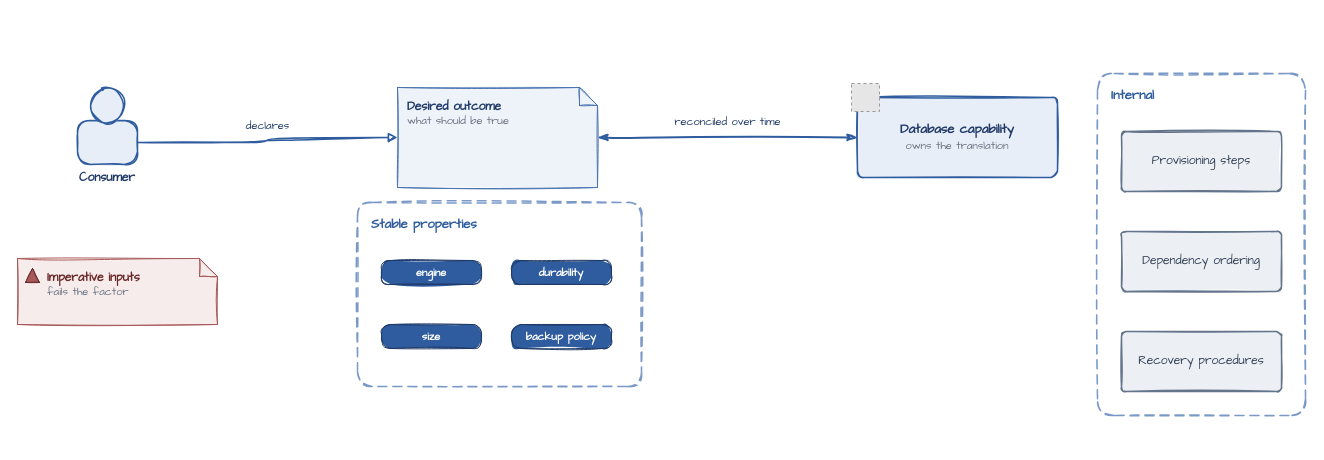
The draw.io diagram diagrams/factor-2-declarative-inputs.drawio in missBerg/platform-capabilities, before the edit. Source tidied: cells renumbered, new cells numbered last; positions are measured from the earlier drawing's top-left corner, leaving out a move shared by most shapes. Both pictures are drawn from the tidied source at 100%, with x=0, y=0 at pixel (17, 73). Pictures stored in the file or linked from it are replaced by grey dashed boxes.
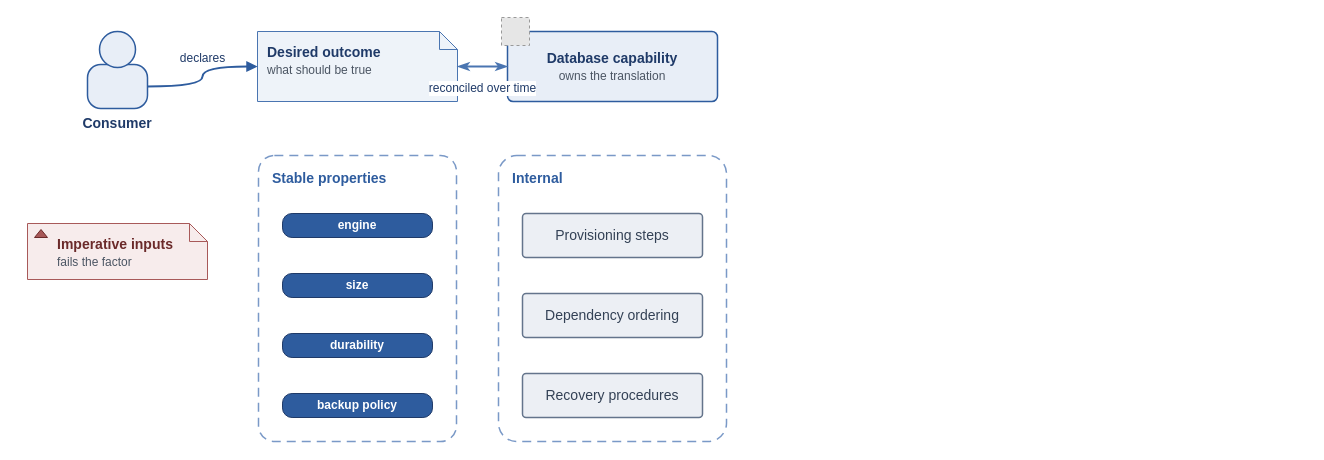
After the change.

Diff of the diagram source:
```diff
@@
-    <mxCell id="2" value="&lt;b&gt;Stable properties&lt;/b&gt;" style="rounded=1;whiteSpace=wrap;html=1;arcSize=8;fillColor=none;strokeColor=#7A99C7;strokeWidth=1.5;fontColor=#2E5C9E;fontFamily=Comic Sans MS;fontSize=13;align=left;verticalAlign=top;dashed=1;dashPattern=6 4;spacingLeft=12;spacingTop=8;shadow=0;sketch=1;" parent="1" vertex="1">
-      <mxGeometry x="340" y="129" width="284" height="184" as="geometry" />
+    <mxCell id="2" value="&lt;b&gt;Stable properties&lt;/b&gt;" style="rounded=1;whiteSpace=wrap;html=1;arcSize=8;fillColor=none;strokeColor=#7A99C7;strokeWidth=1.5;fontColor=#2E5C9E;fontFamily=Helvetica;fontSize=14;align=left;verticalAlign=top;dashed=1;dashPattern=6 4;spacingLeft=12;spacingTop=8;shadow=0;" parent="1" vertex="1">
+      <mxGeometry x="241" y="82" width="198" height="286" as="geometry" />
     </mxCell>
-    <mxCell id="3" value="&lt;b&gt;Internal&lt;/b&gt;" style="rounded=1;whiteSpace=wrap;html=1;arcSize=8;fillColor=none;strokeColor=#7A99C7;strokeWidth=1.5;fontColor=#2E5C9E;fontFamily=Comic Sans MS;fontSize=13;align=left;verticalAlign=top;dashed=1;dashPattern=6 4;spacingLeft=12;spacingTop=8;shadow=0;sketch=1;" parent="1" vertex="1">
-      <mxGeometry x="1080" width="208" height="342" as="geometry" />
+    <mxCell id="3" value="&lt;b&gt;Internal&lt;/b&gt;" style="rounded=1;whiteSpace=wrap;html=1;arcSize=8;fillColor=none;strokeColor=#7A99C7;strokeWidth=1.5;fontColor=#2E5C9E;fontFamily=Helvetica;fontSize=14;align=left;verticalAlign=top;dashed=1;dashPattern=6 4;spacingLeft=12;spacingTop=8;shadow=0;" parent="1" vertex="1">
+      <mxGeometry x="481" y="82" width="228" height="286" as="geometry" />
     </mxCell>
-    <mxCell id="4" value="&lt;b&gt;Consumer&lt;/b&gt;" style="rounded=1;whiteSpace=wrap;html=1;arcSize=30;fillColor=#E8EEF7;strokeColor=#2E5C9E;strokeWidth=1.5;fontColor=#1F3A68;fontFamily=Comic Sans MS;fontSize=12;verticalLabelPosition=bottom;verticalAlign=top;labelPosition=center;align=center;shadow=0;sketch=1;fillStyle=solid;" parent="1" vertex="1">
-      <mxGeometry x="60" y="47" width="60" height="44" as="geometry" />
+    <mxCell id="4" value="&lt;b&gt;Consumer&lt;/b&gt;" style="rounded=1;whiteSpace=wrap;html=1;arcSize=30;fillColor=#E8EEF7;strokeColor=#2E5C9E;strokeWidth=1.5;fontColor=#1F3A68;fontFamily=Helvetica;fontSize=14;verticalLabelPosition=bottom;verticalAlign=top;labelPosition=center;align=center;shadow=0;" parent="1" vertex="1">
+      <mxGeometry x="70" y="-9" width="60" height="44" as="geometry" />
     </mxCell>
-    <mxCell id="5" style="ellipse;whiteSpace=wrap;html=1;fillColor=#E8EEF7;strokeColor=#2E5C9E;strokeWidth=1.5;shadow=0;sketch=1;fillStyle=solid;" parent="1" vertex="1">
-      <mxGeometry x="72" y="14" width="36" height="36" as="geometry" />
+    <mxCell id="5" style="ellipse;whiteSpace=wrap;html=1;fillColor=#E8EEF7;strokeColor=#2E5C9E;strokeWidth=1.5;shadow=0;" parent="1" vertex="1">
+      <mxGeometry x="82" y="-42" width="36" height="36" as="geometry" />
     </mxCell>
-    <mxCell id="6" value="&lt;b&gt;Imperative inputs&lt;/b&gt;&lt;br&gt;&lt;font style=&quot;font-size: 11px&quot; color=&quot;#6B7280&quot;&gt;fails the factor&lt;/font&gt;" style="shape=note;whiteSpace=wrap;html=1;backgroundOutline=1;fillColor=#F7ECEC;strokeColor=#A85959;strokeWidth=1;fontColor=#6B2A2A;fontFamily=Comic Sans MS;fontSize=12;align=left;verticalAlign=top;spacingLeft=28;spacingTop=6;spacingRight=8;shadow=0;size=18;sketch=1;fillStyle=solid;" parent="1" vertex="1">
-      <mxGeometry y="185" width="200" height="66" as="geometry" />
+    <mxCell id="6" value="&lt;b&gt;Imperative inputs&lt;/b&gt;&lt;br&gt;&lt;font style=&quot;font-size: 12px&quot; color=&quot;#4B5563&quot;&gt;fails the factor&lt;/font&gt;" style="shape=note;whiteSpace=wrap;html=1;backgroundOutline=1;fillColor=#F7ECEC;strokeColor=#A85959;strokeWidth=1;fontColor=#6B2A2A;fontFamily=Helvetica;fontSize=14;align=left;verticalAlign=top;spacingLeft=28;spacingTop=6;spacingRight=8;shadow=0;size=18;" parent="1" vertex="1">
+      <mxGeometry x="10" y="150" width="180" height="56" as="geometry" />
     </mxCell>
-    <mxCell id="7" style="shape=triangle;direction=north;fillColor=#A85959;strokeColor=#6B2A2A;html=1;shadow=0;sketch=1;fillStyle=solid;" parent="1" vertex="1">
-      <mxGeometry x="8" y="195" width="14" height="14" as="geometry" />
+    <mxCell id="7" style="shape=triangle;direction=north;fillColor=#A85959;strokeColor=#6B2A2A;html=1;shadow=0;" parent="1" vertex="1">
+      <mxGeometry x="17" y="156" width="13" height="8" as="geometry" />
     </mxCell>
-    <mxCell id="8" value="&lt;b&gt;Desired outcome&lt;/b&gt;&lt;br&gt;&lt;font style=&quot;font-size: 11px&quot; color=&quot;#6B7280&quot;&gt;what should be true&lt;/font&gt;" style="shape=note;whiteSpace=wrap;html=1;backgroundOutline=1;fillColor=#EEF3F9;strokeColor=#4A75B1;strokeWidth=1;fontColor=#1F3A68;fontFamily=Comic Sans MS;fontSize=12;align=left;verticalAlign=top;spacingLeft=8;spacingTop=6;spacingRight=8;shadow=0;size=18;sketch=1;fillStyle=solid;" parent="1" vertex="1">
-      <mxGeometry x="380" y="14" width="200" height="100" as="geometry" />
+    <mxCell id="8" value="&lt;b&gt;Desired outcome&lt;/b&gt;&lt;br&gt;&lt;font style=&quot;font-size: 12px&quot; color=&quot;#4B5563&quot;&gt;what should be true&lt;/font&gt;" style="shape=note;whiteSpace=wrap;html=1;backgroundOutline=1;fillColor=#EEF3F9;strokeColor=#4A75B1;strokeWidth=1;fontColor=#1F3A68;fontFamily=Helvetica;fontSize=14;align=left;verticalAlign=top;spacingLeft=8;spacingTop=6;spacingRight=8;shadow=0;size=18;" parent="1" vertex="1">
+      <mxGeometry x="240" y="-42" width="200" height="70" as="geometry" />
     </mxCell>
-    <mxCell id="9" value="engine" style="rounded=1;whiteSpace=wrap;html=1;arcSize=40;fillColor=#2E5C9E;strokeColor=#1F3A68;strokeWidth=1;fontColor=#FFFFFF;fontFamily=Comic Sans MS;fontSize=11;fontStyle=1;align=center;verticalAlign=middle;shadow=0;sketch=1;fillStyle=solid;" parent="1" vertex="1">
-      <mxGeometry x="364" y="187" width="100" height="24" as="geometry" />
+    <mxCell id="9" value="engine" style="rounded=1;whiteSpace=wrap;html=1;arcSize=40;fillColor=#2E5C9E;strokeColor=#1F3A68;strokeWidth=1;fontColor=#FFFFFF;fontFamily=Helvetica;fontSize=12;fontStyle=1;align=center;verticalAlign=middle;shadow=0;" parent="1" vertex="1">
+      <mxGeometry x="265" y="140" width="150" height="24" as="geometry" />
     </mxCell>
-    <mxCell id="10" value="size" style="rounded=1;whiteSpace=wrap;html=1;arcSize=40;fillColor=#2E5C9E;strokeColor=#1F3A68;strokeWidth=1;fontColor=#FFFFFF;fontFamily=Comic Sans MS;fontSize=11;fontStyle=1;align=center;verticalAlign=middle;shadow=0;sketch=1;fillStyle=solid;" parent="1" vertex="1">
-      <mxGeometry x="364" y="251" width="100" height="24" as="geometry" />
+    <mxCell id="10" value="size" style="rounded=1;whiteSpace=wrap;html=1;arcSize=40;fillColor=#2E5C9E;strokeColor=#1F3A68;strokeWidth=1;fontColor=#FFFFFF;fontFamily=Helvetica;fontSize=12;fontStyle=1;align=center;verticalAlign=middle;shadow=0;" parent="1" vertex="1">
+      <mxGeometry x="265" y="200" width="150" height="24" as="geometry" />
     </mxCell>
-    <mxCell id="11" value="durability" style="rounded=1;whiteSpace=wrap;html=1;arcSize=40;fillColor=#2E5C9E;strokeColor=#1F3A68;strokeWidth=1;fontColor=#FFFFFF;fontFamily=Comic Sans MS;fontSize=11;fontStyle=1;align=center;verticalAlign=middle;shadow=0;sketch=1;fillStyle=solid;" parent="1" vertex="1">
-      <mxGeometry x="494" y="187" width="100" height="24" as="geometry" />
+    <mxCell id="11" value="durability" style="rounded=1;whiteSpace=wrap;html=1;arcSize=40;fillColor=#2E5C9E;strokeColor=#1F3A68;strokeWidth=1;fontColor=#FFFFFF;fontFamily=Helvetica;fontSize=12;fontStyle=1;align=center;verticalAlign=middle;shadow=0;" parent="1" vertex="1">
+      <mxGeometry x="265" y="260" width="150" height="24" as="geometry" />
     </mxCell>
-    <mxCell id="12" value="backup policy" style="rounded=1;whiteSpace=wrap;html=1;arcSize=40;fillColor=#2E5C9E;strokeColor=#1F3A68;strokeWidth=1;fontColor=#FFFFFF;fontFamily=Comic Sans MS;fontSize=11;fontStyle=1;align=center;verticalAlign=middle;shadow=0;sketch=1;fillStyle=solid;" parent="1" vertex="1">
-      <mxGeometry x="494" y="251" width="100" height="24" as="geometry" />
+    <mxCell id="12" value="backup policy" style="rounded=1;whiteSpace=wrap;html=1;arcSize=40;fillColor=#2E5C9E;strokeColor=#1F3A68;strokeWidth=1;fontColor=#FFFFFF;fontFamily=Helvetica;fontSize=12;fontStyle=1;align=center;verticalAlign=middle;shadow=0;" parent="1" vertex="1">
+      <mxGeometry x="265" y="320" width="150" height="24" as="geometry" />
     </mxCell>
-    <mxCell id="13" value="&lt;b&gt;Database capability&lt;/b&gt;&lt;br&gt;&lt;font style=&quot;font-size: 11px&quot; color=&quot;#6B7280&quot;&gt;owns the translation&lt;/font&gt;" style="rounded=1;whiteSpace=wrap;html=1;arcSize=8;fillColor=#E8EEF7;strokeColor=#2E5C9E;strokeWidth=1.5;fontColor=#1F3A68;fontFamily=Comic Sans MS;fontSize=13;align=center;verticalAlign=middle;shadow=0;sketch=1;fillStyle=solid;" parent="1" vertex="1">
-      <mxGeometry x="840" y="24" width="200" height="80" as="geometry" />
+    <mxCell id="13" value="&lt;b&gt;Database capability&lt;/b&gt;&lt;br&gt;&lt;font style=&quot;font-size: 12px&quot; color=&quot;#4B5563&quot;&gt;owns the translation&lt;/font&gt;" style="rounded=1;whiteSpace=wrap;html=1;arcSize=8;fillColor=#E8EEF7;strokeColor=#2E5C9E;strokeWidth=1.5;fontColor=#1F3A68;fontFamily=Helvetica;fontSize=14;align=center;verticalAlign=middle;shadow=0;" parent="1" vertex="1">
+      <mxGeometry x="490" y="-42" width="210" height="70" as="geometry" />
     </mxCell>
-    <mxCell id="14" style="fillColor=#E6E6E6;strokeColor=#999999;dashed=1;verticalLabelPosition=bottom;verticalAlign=top;align=center;fontFamily=Comic Sans MS;fontSize=12;fontColor=#1F3A68;" parent="1" vertex="1">
-      <mxGeometry x="834" y="10" width="28" height="28" as="geometry" />
+    <mxCell id="14" style="fillColor=#E6E6E6;strokeColor=#999999;dashed=1;verticalLabelPosition=bottom;verticalAlign=top;align=center;fontFamily=Helvetica;fontSize=14;fontColor=#1F3A68;" parent="1" vertex="1">
+      <mxGeometry x="484" y="-56" width="28" height="28" as="geometry" />
     </mxCell>
-    <mxCell id="15" value="Provisioning steps" style="rounded=1;whiteSpace=wrap;html=1;arcSize=8;fillColor=#ECEFF4;strokeColor=#64748B;strokeWidth=1.5;fontColor=#334155;fontFamily=Comic Sans MS;fontSize=12;align=center;verticalAlign=middle;shadow=0;sketch=1;fillStyle=solid;" parent="1" vertex="1">
-      <mxGeometry x="1104" y="58" width="160" height="60" as="geometry" />
+    <mxCell id="15" value="Provisioning steps" style="rounded=1;whiteSpace=wrap;html=1;arcSize=8;fillColor=#ECEFF4;strokeColor=#64748B;strokeWidth=1.5;fontColor=#334155;fontFamily=Helvetica;fontSize=14;align=center;verticalAlign=middle;shadow=0;" parent="1" vertex="1">
+      <mxGeometry x="505" y="140" width="180" height="44" as="geometry" />
     </mxCell>
-    <mxCell id="16" value="Dependency ordering" style="rounded=1;whiteSpace=wrap;html=1;arcSize=8;fillColor=#ECEFF4;strokeColor=#64748B;strokeWidth=1.5;fontColor=#334155;fontFamily=Comic Sans MS;fontSize=12;align=center;verticalAlign=middle;shadow=0;sketch=1;fillStyle=solid;" parent="1" vertex="1">
-      <mxGeometry x="1104" y="158" width="160" height="60" as="geometry" />
+    <mxCell id="16" value="Dependency ordering" style="rounded=1;whiteSpace=wrap;html=1;arcSize=8;fillColor=#ECEFF4;strokeColor=#64748B;strokeWidth=1.5;fontColor=#334155;fontFamily=Helvetica;fontSize=14;align=center;verticalAlign=middle;shadow=0;" parent="1" vertex="1">
+      <mxGeometry x="505" y="220" width="180" height="44" as="geometry" />
     </mxCell>
-    <mxCell id="17" value="Recovery procedures" style="rounded=1;whiteSpace=wrap;html=1;arcSize=8;fillColor=#ECEFF4;strokeColor=#64748B;strokeWidth=1.5;fontColor=#334155;fontFamily=Comic Sans MS;fontSize=12;align=center;verticalAlign=middle;shadow=0;sketch=1;fillStyle=solid;" parent="1" vertex="1">
-      <mxGeometry x="1104" y="258" width="160" height="60" as="geometry" />
+    <mxCell id="17" value="Recovery procedures" style="rounded=1;whiteSpace=wrap;html=1;arcSize=8;fillColor=#ECEFF4;strokeColor=#64748B;strokeWidth=1.5;fontColor=#334155;fontFamily=Helvetica;fontSize=14;align=center;verticalAlign=middle;shadow=0;" parent="1" vertex="1">
+      <mxGeometry x="505" y="300" width="180" height="44" as="geometry" />
     </mxCell>
-    <mxCell id="18" value="declares" style="edgeStyle=orthogonalEdgeStyle;endArrow=block;html=1;rounded=0;strokeColor=#2E5C9E;strokeWidth=1.5;fontColor=#1F3A68;fontFamily=Comic Sans MS;fontSize=11;endFill=1;sketch=1;sketch=1;curveFitting=1;jiggle=2;curved=1;" parent="1" edge="1" source="4" target="8">
+    <mxCell id="18" value="declares" style="edgeStyle=orthogonalEdgeStyle;endArrow=block;html=1;rounded=0;strokeColor=#2E5C9E;strokeWidth=2;fontColor=#1F3A68;fontFamily=Helvetica;fontSize=12;endFill=1;curved=1;exitX=1;exitY=0.5;exitDx=0;exitDy=0;entryX=0;entryY=0.5;entryDx=0;entryDy=0;" parent="1" edge="1" source="4" target="8">
       <mxGeometry relative="1" as="geometry">
-        <mxPoint y="-14" as="offset" />
+        <mxPoint y="-18" as="offset" />
       </mxGeometry>
     </mxCell>
-    <mxCell id="19" value="reconciled over time" style="edgeStyle=orthogonalEdgeStyle;endArrow=classicThin;startArrow=classicThin;html=1;curved=1;rounded=0;strokeColor=#2E5C9E;strokeWidth=2;fontColor=#1F3A68;fontFamily=Comic Sans MS;fontSize=11;sketch=1;sketch=1;curveFitting=1;jiggle=2;curved=1;" parent="1" edge="1" source="8" target="13">
+    <mxCell id="19" value="reconciled over time" style="edgeStyle=orthogonalEdgeStyle;endArrow=classicThin;startArrow=classicThin;html=1;rounded=0;strokeColor=#4A75B1;strokeWidth=2;fontColor=#1F3A68;fontFamily=Helvetica;fontSize=12;curved=1;exitX=1;exitY=0.5;exitDx=0;exitDy=0;entryX=0;entryY=0.5;entryDx=0;entryDy=0;" parent="1" edge="1" source="8" target="13">
       <mxGeometry relative="1" as="geometry">
-        <mxPoint y="-16" as="offset" />
+        <mxPoint y="22" as="offset" />
       </mxGeometry>
     </mxCell>
```
